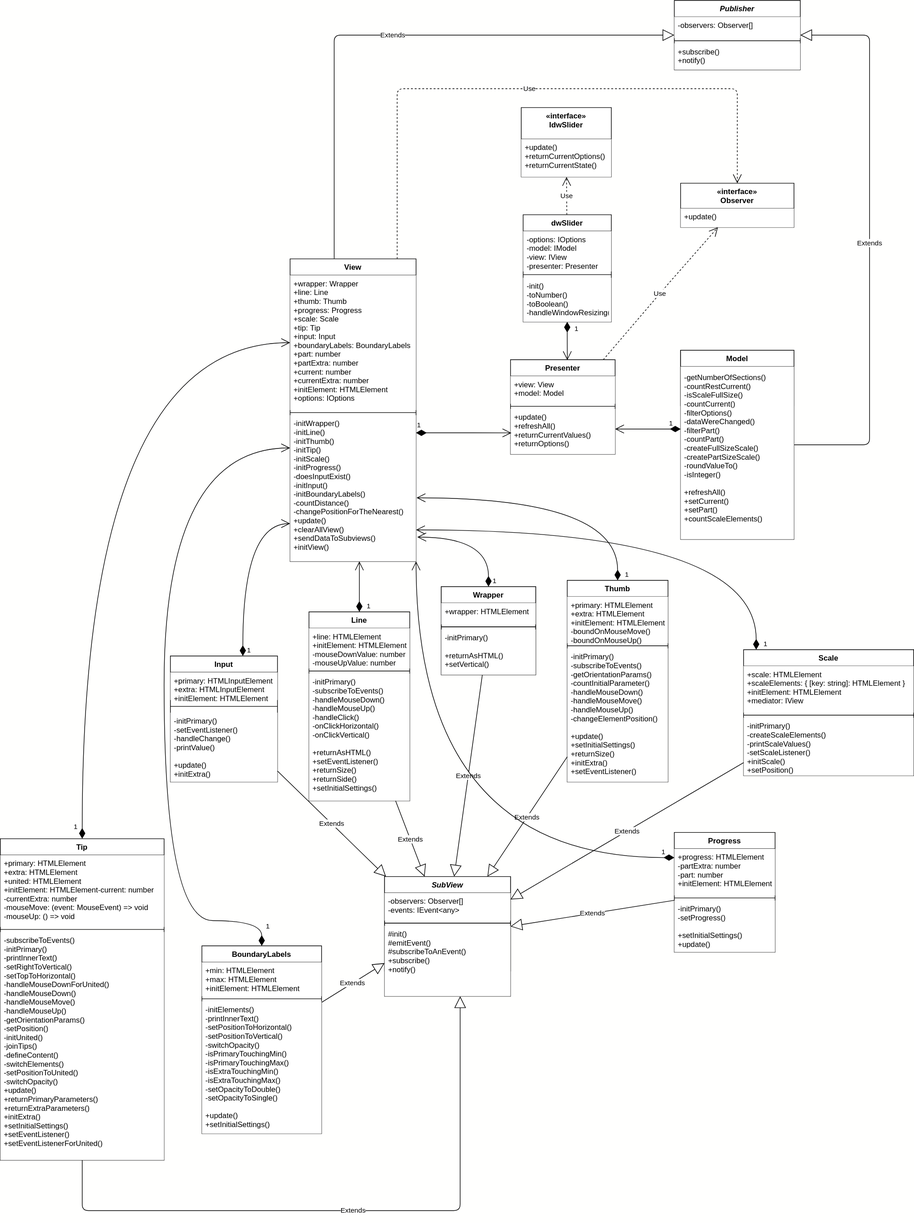
Before: dwSlider.svg, a diagram exported from draw.io (Daswetter/4th). Source tidied: cells renumbered, new cells last; positions are measured from the earlier drawing's top-left corner, leaving out a move shared by most shapes.
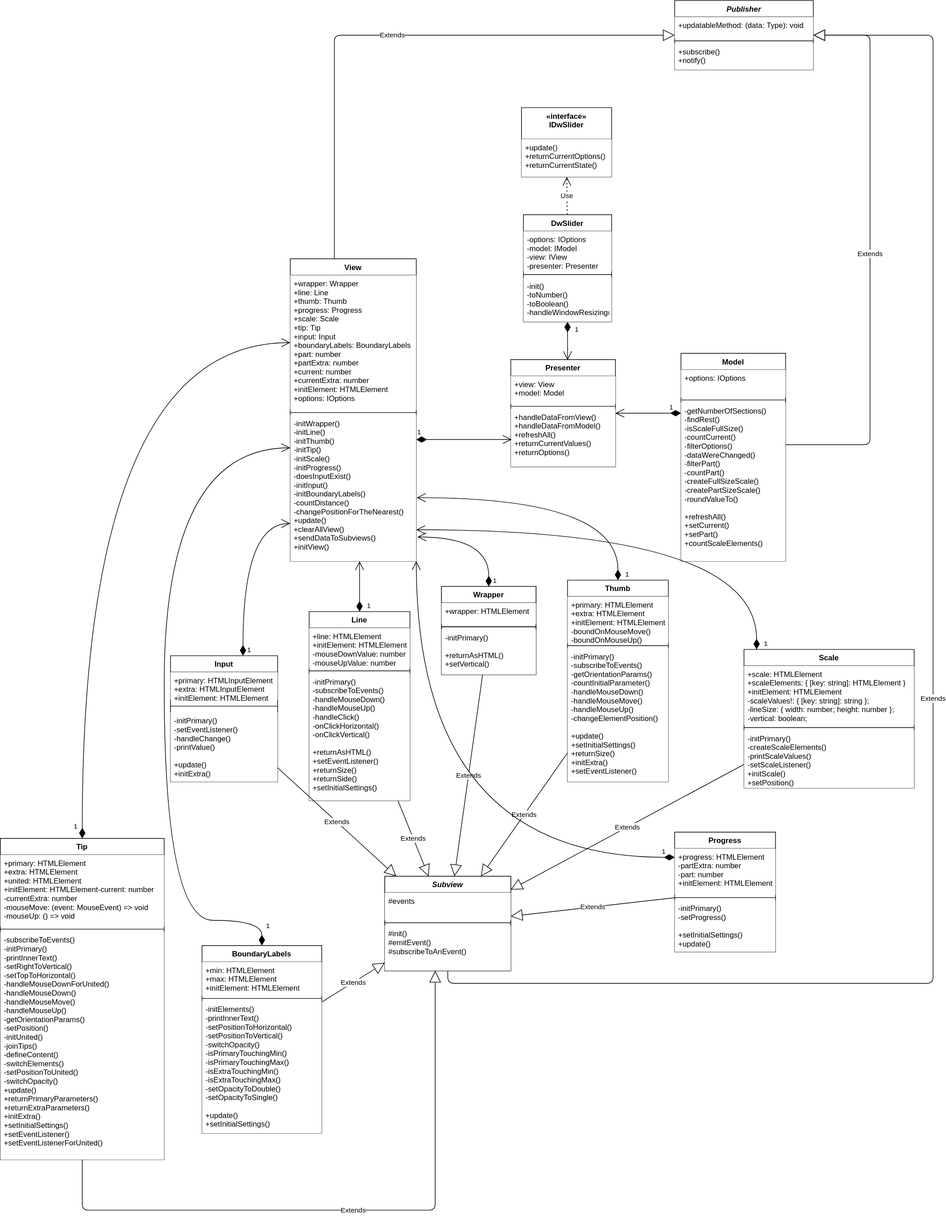
The same diagram one commit later.

Change to the diagram source:
```diff
@@ -2,15 +2,6 @@
   <root>
     <mxCell id="0" />
     <mxCell id="1" parent="0" />
-    <mxCell id="2" value="Model" style="swimlane;fontStyle=1;align=center;verticalAlign=top;horizontal=1;startSize=26;" parent="1" vertex="1">
-      <mxGeometry x="1080" y="555" width="180" height="88" as="geometry" />
-    </mxCell>
-    <mxCell id="3" value="-valuesWereChanged()&#10;-extraValuesWereChanged()&#10;-optionsWereChanged()" style="text;strokeColor=none;align=left;verticalAlign=top;spacingLeft=4;spacingRight=4;overflow=hidden;fillColor=#ffffff;" parent="2" vertex="1">
-      <mxGeometry y="26" width="180" height="54" as="geometry" />
-    </mxCell>
-    <mxCell id="4" style="line;strokeWidth=1;fillColor=none;align=left;verticalAlign=middle;spacingTop=-1;spacingLeft=3;spacingRight=3;labelPosition=right;" parent="2" vertex="1">
-      <mxGeometry y="80" width="180" height="8" as="geometry" />
-    </mxCell>
     <mxCell id="5" value="Use" style="endArrow=open;endSize=12;dashed=1;html=1;" parent="1" edge="1" source="31" target="49">
       <mxGeometry relative="1" as="geometry" />
     </mxCell>
@@ -44,19 +35,6 @@
     <mxCell id="15" value="Extends" style="endArrow=block;endSize=16;endFill=0;html=1;" parent="1" edge="1" source="19" target="6">
       <mxGeometry relative="1" as="geometry" />
     </mxCell>
-    <mxCell id="16" value="«interface»&#10;Observer" style="swimlane;fontStyle=1;align=center;verticalAlign=top;horizontal=1;startSize=40;" parent="1" vertex="1">
-      <mxGeometry x="1080" y="290" width="180" height="70" as="geometry" />
-    </mxCell>
-    <mxCell id="17" value="+update()" style="text;strokeColor=none;align=left;verticalAlign=top;spacingLeft=4;spacingRight=4;overflow=hidden;fillColor=#ffffff;" parent="16" vertex="1">
-      <mxGeometry y="40" width="180" height="30" as="geometry" />
-    </mxCell>
-    <mxCell id="18" value="Use" style="endArrow=open;endSize=12;dashed=1;html=1;" parent="1" edge="1" source="35" target="16">
-      <mxGeometry relative="1" as="geometry">
-        <Array as="points">
-          <mxPoint x="1060" y="450" />
-        </Array>
-      </mxGeometry>
-    </mxCell>
     <mxCell id="19" value="BoundaryLabels" style="swimlane;fontStyle=1;align=center;verticalAlign=top;horizontal=1;startSize=26;" parent="1" vertex="1">
       <mxGeometry x="320" y="1500" width="190" height="298" as="geometry" />
     </mxCell>
@@ -70,18 +48,18 @@
       <mxGeometry y="88" width="190" height="210" as="geometry" />
     </mxCell>
     <mxCell id="23" value="Publisher" style="swimlane;fontStyle=3;align=center;verticalAlign=top;horizontal=1;startSize=26;" parent="1" vertex="1">
-      <mxGeometry x="1070" width="200" height="110" as="geometry" />
+      <mxGeometry x="1070" width="220" height="110" as="geometry" />
     </mxCell>
-    <mxCell id="24" value="-observers: Observer[]&#10;&#10;" style="text;strokeColor=none;align=left;verticalAlign=top;spacingLeft=4;spacingRight=4;overflow=hidden;fillColor=#ffffff;" parent="23" vertex="1">
-      <mxGeometry y="26" width="200" height="34" as="geometry" />
+    <mxCell id="24" value="+updatableMethod: (data: Type): void&#10;" style="text;strokeColor=none;align=left;verticalAlign=top;spacingLeft=4;spacingRight=4;overflow=hidden;fillColor=#ffffff;" parent="23" vertex="1">
+      <mxGeometry y="26" width="220" height="34" as="geometry" />
     </mxCell>
     <mxCell id="25" style="line;strokeWidth=1;align=left;verticalAlign=middle;spacingTop=-1;spacingLeft=3;spacingRight=3;labelPosition=right;" parent="23" vertex="1">
-      <mxGeometry y="60" width="200" height="8" as="geometry" />
+      <mxGeometry y="60" width="220" height="8" as="geometry" />
     </mxCell>
     <mxCell id="26" value="+subscribe()&#10;+notify()&#10;" style="text;strokeColor=none;align=left;verticalAlign=top;spacingLeft=4;spacingRight=4;overflow=hidden;fillColor=#ffffff;" parent="23" vertex="1">
-      <mxGeometry y="68" width="200" height="42" as="geometry" />
+      <mxGeometry y="68" width="220" height="42" as="geometry" />
     </mxCell>
-    <mxCell id="27" value="Extends" style="endArrow=block;endSize=16;endFill=0;html=1;edgeStyle=orthogonalEdgeStyle;" parent="1" edge="1" source="40" target="23">
+    <mxCell id="27" value="Extends" style="endArrow=block;endSize=16;endFill=0;html=1;edgeStyle=orthogonalEdgeStyle;" parent="1" edge="1" source="98" target="23">
       <mxGeometry relative="1" as="geometry">
         <Array as="points">
           <mxPoint x="1380" y="705" />
@@ -96,16 +74,29 @@
         </Array>
       </mxGeometry>
     </mxCell>
-    <mxCell id="29" value="Use" style="endArrow=open;endSize=12;dashed=1;html=1;edgeStyle=orthogonalEdgeStyle;" parent="1" edge="1" source="43" target="16">
-      <mxGeometry relative="1" as="geometry">
-        <Array as="points">
-          <mxPoint x="630" y="140" />
-          <mxPoint x="1170" y="140" />
-        </Array>
-      </mxGeometry>
-    </mxCell>
+    <mxCell id="97" value="Extends" style="endArrow=block;endSize=16;endFill=0;html=1;edgeStyle=orthogonalEdgeStyle;" parent="1" edge="1" source="51" target="23">
+      <mxGeometry relative="1" as="geometry">
+        <Array as="points">
+          <mxPoint x="710" y="1560" />
+          <mxPoint x="1480" y="1560" />
+          <mxPoint x="1480" y="55" />
+        </Array>
+      </mxGeometry>
+    </mxCell>
+    <mxCell id="98" value="Model" style="swimlane;fontStyle=1;align=center;verticalAlign=top;horizontal=1;startSize=26;" parent="1" vertex="1">
+      <mxGeometry x="1080" y="560" width="166" height="330" as="geometry" />
+    </mxCell>
+    <mxCell id="99" value="+options: IOptions" style="text;strokeColor=none;align=left;verticalAlign=top;spacingLeft=4;spacingRight=4;overflow=hidden;fillColor=#ffffff;" parent="98" vertex="1">
+      <mxGeometry y="26" width="166" height="44" as="geometry" />
+    </mxCell>
+    <mxCell id="100" style="line;strokeWidth=1;fillColor=none;align=left;verticalAlign=middle;spacingTop=-1;spacingLeft=3;spacingRight=3;labelPosition=right;" parent="98" vertex="1">
+      <mxGeometry y="70" width="166" height="8" as="geometry" />
+    </mxCell>
+    <mxCell id="101" value="-getNumberOfSections()&#10;-findRest()&#10;-isScaleFullSize()&#10;-countCurrent()&#10;-filterOptions()&#10;-dataWereChanged()&#10;-filterPart()&#10;-countPart()&#10;-createFullSizeScale()&#10;-createPartSizeScale()&#10;-roundValueTo()&#10;&#10;+refreshAll()&#10;+setCurrent()&#10;+setPart()&#10;+countScaleElements()" style="text;strokeColor=none;align=left;verticalAlign=top;spacingLeft=4;spacingRight=4;overflow=hidden;fillColor=#ffffff;" parent="98" vertex="1">
+      <mxGeometry y="78" width="166" height="252" as="geometry" />
+    </mxCell>
     <mxCell id="30" value="Untitled Layer" parent="0" />
-    <mxCell id="31" value="dwSlider" style="swimlane;fontStyle=1;align=center;verticalAlign=top;horizontal=1;startSize=26;" parent="30" vertex="1">
+    <mxCell id="31" value="DwSlider&#10;" style="swimlane;fontStyle=1;align=center;verticalAlign=top;horizontal=1;startSize=26;" parent="30" vertex="1">
       <mxGeometry x="830" y="340" width="140" height="170" as="geometry" />
     </mxCell>
     <mxCell id="32" value="-options: IOptions&#10;-model: IModel&#10;-view: IView&#10;-presenter: Presenter" style="text;strokeColor=none;align=left;verticalAlign=top;spacingLeft=4;spacingRight=4;overflow=hidden;fillColor=#ffffff;" parent="31" vertex="1">
@@ -118,7 +109,7 @@
       <mxGeometry y="100" width="140" height="70" as="geometry" />
     </mxCell>
     <mxCell id="35" value="Presenter" style="swimlane;fontStyle=1;align=center;verticalAlign=top;horizontal=1;startSize=26;" parent="30" vertex="1">
-      <mxGeometry x="810" y="570" width="166" height="150" as="geometry" />
+      <mxGeometry x="810" y="570" width="166" height="170" as="geometry" />
     </mxCell>
     <mxCell id="36" value="+view: View&#10;+model: Model" style="text;strokeColor=none;align=left;verticalAlign=top;spacingLeft=4;spacingRight=4;overflow=hidden;fillColor=#ffffff;" parent="35" vertex="1">
       <mxGeometry y="26" width="166" height="44" as="geometry" />
@@ -126,21 +117,12 @@
     <mxCell id="37" style="line;strokeWidth=1;fillColor=none;align=left;verticalAlign=middle;spacingTop=-1;spacingLeft=3;spacingRight=3;labelPosition=right;" parent="35" vertex="1">
       <mxGeometry y="70" width="166" height="8" as="geometry" />
     </mxCell>
-    <mxCell id="38" value="+update()&#10;+refreshAll()&#10;+returnCurrentValues()&#10;+returnOptions()&#10;" style="text;strokeColor=none;align=left;verticalAlign=top;spacingLeft=4;spacingRight=4;overflow=hidden;points=[[0,0.5],[1,0.5]];portConstraint=eastwest;fillColor=#ffffff;" parent="35" vertex="1">
-      <mxGeometry y="78" width="166" height="72" as="geometry" />
+    <mxCell id="38" value="+handleDataFromView()&#10;+handleDataFromModel()&#10;+refreshAll()&#10;+returnCurrentValues()&#10;+returnOptions()" style="text;strokeColor=none;align=left;verticalAlign=top;spacingLeft=4;spacingRight=4;overflow=hidden;points=[[0,0.5],[1,0.5]];portConstraint=eastwest;fillColor=#ffffff;" parent="35" vertex="1">
+      <mxGeometry y="78" width="166" height="92" as="geometry" />
     </mxCell>
     <mxCell id="39" value="1" style="endArrow=open;html=1;endSize=12;startArrow=diamondThin;startSize=14;startFill=1;edgeStyle=orthogonalEdgeStyle;align=left;verticalAlign=bottom;entryX=0.543;entryY=0.005;entryDx=0;entryDy=0;entryPerimeter=0;" parent="30" edge="1" source="31" target="35">
       <mxGeometry x="-0.33" y="10" relative="1" as="geometry" />
     </mxCell>
-    <mxCell id="40" value="Model" style="swimlane;fontStyle=1;align=center;verticalAlign=top;horizontal=1;startSize=26;" parent="30" vertex="1">
-      <mxGeometry x="1080" y="555" width="180" height="300" as="geometry" />
-    </mxCell>
-    <mxCell id="41" style="text;strokeColor=none;align=left;verticalAlign=top;spacingLeft=4;spacingRight=4;overflow=hidden;fillColor=#ffffff;" parent="40" vertex="1">
-      <mxGeometry y="26" width="180" height="4" as="geometry" />
-    </mxCell>
-    <mxCell id="42" value="-getNumberOfSections()&#10;-countRestCurrent()&#10;-isScaleFullSize()&#10;-countCurrent()&#10;-filterOptions()&#10;-dataWereChanged()&#10;-filterPart()&#10;-countPart()&#10;-createFullSizeScale()&#10;-createPartSizeScale()&#10;-roundValueTo()&#10;-isInteger()&#10;&#10;+refreshAll()&#10;+setCurrent()&#10;+setPart()&#10;+countScaleElements()" style="text;align=left;verticalAlign=top;spacingLeft=4;spacingRight=4;overflow=hidden;fillColor=#ffffff;" parent="40" vertex="1">
-      <mxGeometry y="30" width="180" height="270" as="geometry" />
-    </mxCell>
     <mxCell id="43" value="View" style="swimlane;fontStyle=1;align=center;verticalAlign=top;horizontal=1;startSize=26;" parent="30" vertex="1">
       <mxGeometry x="460" y="410" width="200" height="480" as="geometry" />
     </mxCell>
@@ -156,36 +138,34 @@
     <mxCell id="47" value="1" style="endArrow=open;html=1;endSize=12;startArrow=diamondThin;startSize=14;startFill=1;edgeStyle=orthogonalEdgeStyle;align=left;verticalAlign=bottom;entryX=0.008;entryY=0.53;entryDx=0;entryDy=0;entryPerimeter=0;" parent="30" edge="1" source="43" target="38">
       <mxGeometry x="-1" y="3" relative="1" as="geometry">
         <Array as="points">
-          <mxPoint x="740" y="686" />
-          <mxPoint x="740" y="686" />
+          <mxPoint x="740" y="697" />
         </Array>
       </mxGeometry>
     </mxCell>
-    <mxCell id="48" value="1" style="endArrow=open;html=1;endSize=12;startArrow=diamondThin;startSize=14;startFill=1;align=left;verticalAlign=bottom;edgeStyle=orthogonalEdgeStyle;curved=1;" parent="30" edge="1" source="40" target="35">
+    <mxCell id="48" value="1" style="endArrow=open;html=1;endSize=12;startArrow=diamondThin;startSize=14;startFill=1;align=left;verticalAlign=bottom;" parent="30" edge="1" source="98" target="35">
       <mxGeometry x="-0.62" relative="1" as="geometry">
         <Array as="points">
-          <mxPoint x="1000" y="680" />
-          <mxPoint x="1000" y="680" />
+          <mxPoint x="1080" y="655" />
         </Array>
       </mxGeometry>
     </mxCell>
-    <mxCell id="49" value="«interface»&#10;IdwSlider&#10;" style="swimlane;fontStyle=1;align=center;verticalAlign=top;horizontal=1;startSize=50;" parent="30" vertex="1">
+    <mxCell id="49" value="«interface»&#10;IDwSlider&#10;" style="swimlane;fontStyle=1;align=center;verticalAlign=top;horizontal=1;startSize=50;" parent="30" vertex="1">
       <mxGeometry x="827" y="170" width="143" height="110" as="geometry" />
     </mxCell>
     <mxCell id="50" value="+update()&#10;+returnCurrentOptions()&#10;+returnCurrentState()" style="text;strokeColor=none;align=left;verticalAlign=top;spacingLeft=4;spacingRight=4;overflow=hidden;horizontal=1;fillColor=#ffffff;" parent="49" vertex="1">
       <mxGeometry y="50" width="143" height="60" as="geometry" />
     </mxCell>
-    <mxCell id="51" value="SubView" style="swimlane;fontStyle=3;align=center;verticalAlign=top;horizontal=1;startSize=26;" parent="30" vertex="1">
-      <mxGeometry x="610" y="1390" width="200" height="190" as="geometry" />
+    <mxCell id="51" value="Subview" style="swimlane;fontStyle=3;align=center;verticalAlign=top;horizontal=1;startSize=26;" parent="30" vertex="1">
+      <mxGeometry x="610" y="1390" width="200" height="150" as="geometry" />
     </mxCell>
-    <mxCell id="52" value="-observers: Observer[]&#10;-events: IEvent&lt;any&gt;" style="text;strokeColor=none;align=left;verticalAlign=top;spacingLeft=4;spacingRight=4;overflow=hidden;fillColor=#ffffff;" parent="51" vertex="1">
+    <mxCell id="52" value="#events" style="text;strokeColor=none;align=left;verticalAlign=top;spacingLeft=4;spacingRight=4;overflow=hidden;fillColor=#ffffff;" parent="51" vertex="1">
       <mxGeometry y="26" width="200" height="44" as="geometry" />
     </mxCell>
     <mxCell id="53" style="line;strokeWidth=1;align=left;verticalAlign=middle;spacingTop=-1;spacingLeft=3;spacingRight=3;labelPosition=right;" parent="51" vertex="1">
       <mxGeometry y="70" width="200" height="8" as="geometry" />
     </mxCell>
-    <mxCell id="54" value="#init()&#10;#emitEvent()&#10;#subscribeToAnEvent()&#10;+subscribe()&#10;+notify()" style="text;strokeColor=none;align=left;verticalAlign=top;spacingLeft=4;spacingRight=4;overflow=hidden;fillColor=#ffffff;" parent="51" vertex="1">
-      <mxGeometry y="78" width="200" height="112" as="geometry" />
+    <mxCell id="54" value="#init()&#10;#emitEvent()&#10;#subscribeToAnEvent()" style="text;strokeColor=none;align=left;verticalAlign=top;spacingLeft=4;spacingRight=4;overflow=hidden;fillColor=#ffffff;" parent="51" vertex="1">
+      <mxGeometry y="78" width="200" height="72" as="geometry" />
     </mxCell>
     <mxCell id="55" value="Wrapper" style="swimlane;fontStyle=1;align=center;verticalAlign=top;horizontal=1;startSize=26;" parent="30" vertex="1">
       <mxGeometry x="700" y="930" width="150" height="140" as="geometry" />
@@ -245,16 +225,16 @@
       <mxGeometry relative="1" as="geometry" />
     </mxCell>
     <mxCell id="74" value="Scale" style="swimlane;fontStyle=1;align=center;verticalAlign=top;horizontal=1;startSize=26;" parent="30" vertex="1">
-      <mxGeometry x="1180" y="1030" width="270" height="200" as="geometry" />
+      <mxGeometry x="1180" y="1030" width="270" height="220" as="geometry" />
     </mxCell>
-    <mxCell id="75" value="+scale: HTMLElement &#10;+scaleElements: { [key: string]: HTMLElement }&#10;+initElement: HTMLElement&#10;+mediator: IView" style="text;strokeColor=none;align=left;verticalAlign=top;spacingLeft=4;spacingRight=4;overflow=hidden;fillColor=#ffffff;" parent="74" vertex="1">
-      <mxGeometry y="26" width="270" height="74" as="geometry" />
+    <mxCell id="75" value="+scale: HTMLElement &#10;+scaleElements: { [key: string]: HTMLElement }&#10;+initElement: HTMLElement&#10;-scaleValues!: { [key: string]: string };&#10;-lineSize: { width: number; height: number };&#10;-vertical: boolean;" style="text;strokeColor=none;align=left;verticalAlign=top;spacingLeft=4;spacingRight=4;overflow=hidden;fillColor=#ffffff;" parent="74" vertex="1">
+      <mxGeometry y="26" width="270" height="94" as="geometry" />
     </mxCell>
     <mxCell id="76" style="line;strokeWidth=1;fillColor=none;align=left;verticalAlign=middle;spacingTop=-1;spacingLeft=3;spacingRight=3;labelPosition=right;" parent="74" vertex="1">
-      <mxGeometry y="100" width="270" height="8" as="geometry" />
+      <mxGeometry y="120" width="270" height="8" as="geometry" />
     </mxCell>
     <mxCell id="77" value="-initPrimary()&#10;-createScaleElements()&#10;-printScaleValues()&#10;-setScaleListener()&#10;+initScale()&#10;+setPosition()" style="text;strokeColor=none;align=left;verticalAlign=top;spacingLeft=4;spacingRight=4;overflow=hidden;fillColor=#ffffff;" parent="74" vertex="1">
-      <mxGeometry y="108" width="270" height="92" as="geometry" />
+      <mxGeometry y="128" width="270" height="92" as="geometry" />
     </mxCell>
     <mxCell id="78" value="Tip" style="swimlane;fontStyle=1;align=center;verticalAlign=top;horizontal=1;startSize=26;" parent="30" vertex="1">
       <mxGeometry y="1330" width="260" height="510" as="geometry" />
@@ -284,7 +264,7 @@
       <mxGeometry relative="1" as="geometry">
         <Array as="points">
           <mxPoint x="130" y="1920" />
-          <mxPoint x="730" y="1920" />
+          <mxPoint x="690" y="1920" />
         </Array>
       </mxGeometry>
     </mxCell>
```
